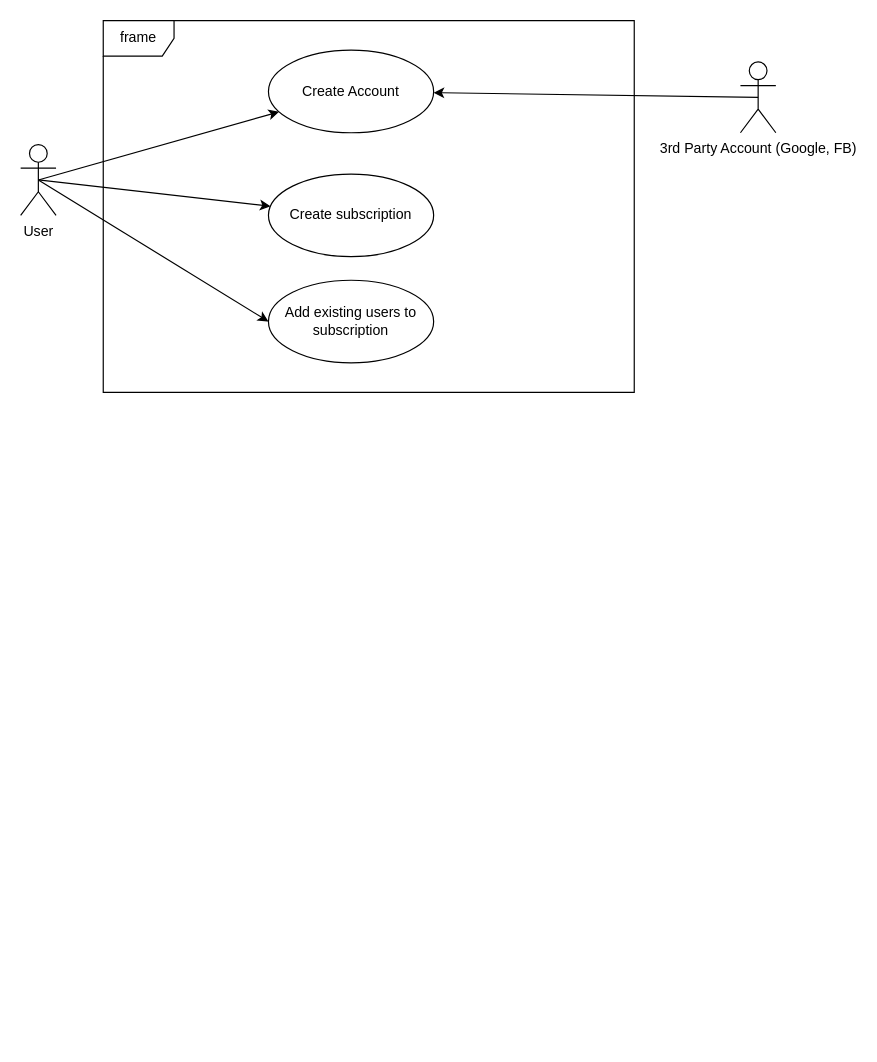
Earlier version of the draw.io diagram page "Use Cases" (2 of 2) of diagrams/main.drawio (HostYourMusic/documentation). Source tidied: cells renumbered, new cells numbered last; positions are measured from the earlier drawing's top-left corner, leaving out a move shared by most shapes. Both pictures are drawn from the tidied source at 118%, with x=0, y=0 at pixel (20, 20).
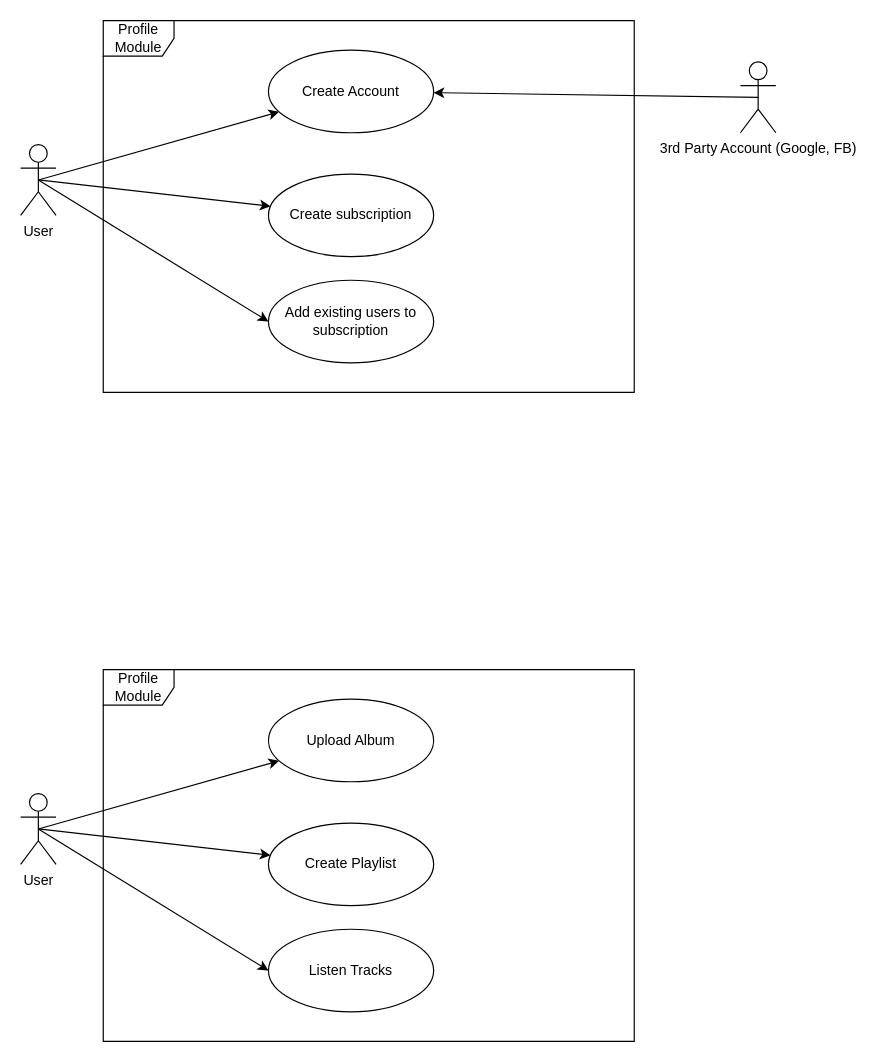
Above is the later version.

What changed in the source:
```diff
@@
 <mxGraphModel>
   <root>
     <mxCell id="0" />
     <mxCell id="1" parent="0" />
-    <mxCell id="2" value="frame" style="shape=umlFrame;whiteSpace=wrap;html=1;" parent="1" vertex="1">
+    <mxCell id="2" value="Profile Module" style="shape=umlFrame;whiteSpace=wrap;html=1;" parent="1" vertex="1">
       <mxGeometry x="70" width="450" height="315" as="geometry" />
     </mxCell>
     <mxCell id="3" value="User" style="shape=umlActor;verticalLabelPosition=bottom;verticalAlign=top;html=1;" parent="1" vertex="1">
       <mxGeometry y="105" width="30" height="60" as="geometry" />
     </mxCell>
     <mxCell id="4" value="Create subscription" style="ellipse;whiteSpace=wrap;html=1;" parent="1" vertex="1">
       <mxGeometry x="210" y="130" width="140" height="70" as="geometry" />
     </mxCell>
     <mxCell id="5" value="Create Account" style="ellipse;whiteSpace=wrap;html=1;" parent="1" vertex="1">
       <mxGeometry x="210" y="25" width="140" height="70" as="geometry" />
     </mxCell>
     <mxCell id="6" value="3rd Party Account (Google, FB)" style="shape=umlActor;verticalLabelPosition=bottom;verticalAlign=top;html=1;" parent="1" vertex="1">
       <mxGeometry x="610" y="35" width="30" height="60" as="geometry" />
     </mxCell>
     <mxCell id="7" style="endArrow=classic;html=1;exitX=0.5;exitY=0.5;exitDx=0;exitDy=0;exitPerimeter=0;" parent="1" edge="1" source="3" target="5">
       <mxGeometry relative="1" as="geometry" />
     </mxCell>
     <mxCell id="8" style="endArrow=classic;html=1;exitX=0.5;exitY=0.5;exitDx=0;exitDy=0;exitPerimeter=0;" parent="1" edge="1" source="3" target="4">
       <mxGeometry relative="1" as="geometry" />
     </mxCell>
     <mxCell id="9" style="endArrow=classic;html=1;exitX=0.5;exitY=0.5;exitDx=0;exitDy=0;exitPerimeter=0;" parent="1" edge="1" source="6" target="5">
       <mxGeometry relative="1" as="geometry" />
     </mxCell>
     <mxCell id="10" value="Add existing users to subscription" style="ellipse;whiteSpace=wrap;html=1;" parent="1" vertex="1">
       <mxGeometry x="210" y="220" width="140" height="70" as="geometry" />
     </mxCell>
     <mxCell id="11" style="endArrow=classic;html=1;exitX=0.5;exitY=0.5;exitDx=0;exitDy=0;exitPerimeter=0;entryX=0;entryY=0.5;entryDx=0;entryDy=0;" parent="1" edge="1" source="3" target="10">
       <mxGeometry relative="1" as="geometry" />
     </mxCell>
+    <mxCell id="12" value="Profile Module" style="shape=umlFrame;whiteSpace=wrap;html=1;" parent="1" vertex="1">
+      <mxGeometry x="70" y="550" width="450" height="315" as="geometry" />
+    </mxCell>
+    <mxCell id="13" value="User" style="shape=umlActor;verticalLabelPosition=bottom;verticalAlign=top;html=1;" parent="1" vertex="1">
+      <mxGeometry y="655" width="30" height="60" as="geometry" />
+    </mxCell>
+    <mxCell id="14" value="Create Playlist" style="ellipse;whiteSpace=wrap;html=1;" parent="1" vertex="1">
+      <mxGeometry x="210" y="680" width="140" height="70" as="geometry" />
+    </mxCell>
+    <mxCell id="15" value="Upload Album" style="ellipse;whiteSpace=wrap;html=1;" parent="1" vertex="1">
+      <mxGeometry x="210" y="575" width="140" height="70" as="geometry" />
+    </mxCell>
+    <mxCell id="16" style="endArrow=classic;html=1;exitX=0.5;exitY=0.5;exitDx=0;exitDy=0;exitPerimeter=0;" parent="1" edge="1" source="13" target="15">
+      <mxGeometry relative="1" as="geometry" />
+    </mxCell>
+    <mxCell id="17" style="endArrow=classic;html=1;exitX=0.5;exitY=0.5;exitDx=0;exitDy=0;exitPerimeter=0;" parent="1" edge="1" source="13" target="14">
+      <mxGeometry relative="1" as="geometry" />
+    </mxCell>
+    <mxCell id="18" value="Listen Tracks" style="ellipse;whiteSpace=wrap;html=1;" parent="1" vertex="1">
+      <mxGeometry x="210" y="770" width="140" height="70" as="geometry" />
+    </mxCell>
+    <mxCell id="19" style="endArrow=classic;html=1;exitX=0.5;exitY=0.5;exitDx=0;exitDy=0;exitPerimeter=0;entryX=0;entryY=0.5;entryDx=0;entryDy=0;" parent="1" edge="1" source="13" target="18">
+      <mxGeometry relative="1" as="geometry" />
+    </mxCell>
   </root>
 </mxGraphModel>
```
